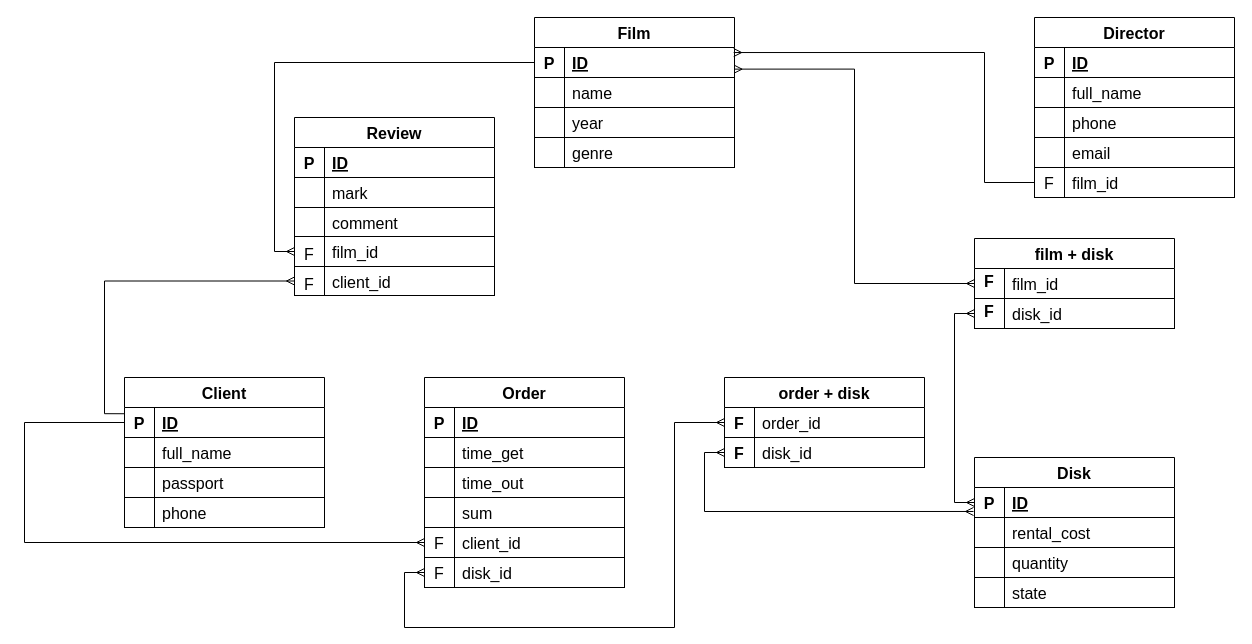
The draw.io diagram 6 term/БД/LB2/БД, ЛР2.drawio in khodosevich/BSUIR, before the edit. Source tidied: cells renumbered, new cells numbered last; positions are measured from the earlier drawing's top-left corner, leaving out a move shared by most shapes. Both pictures are drawn from the tidied source at 100%, with x=0, y=0 at pixel (24, 17).
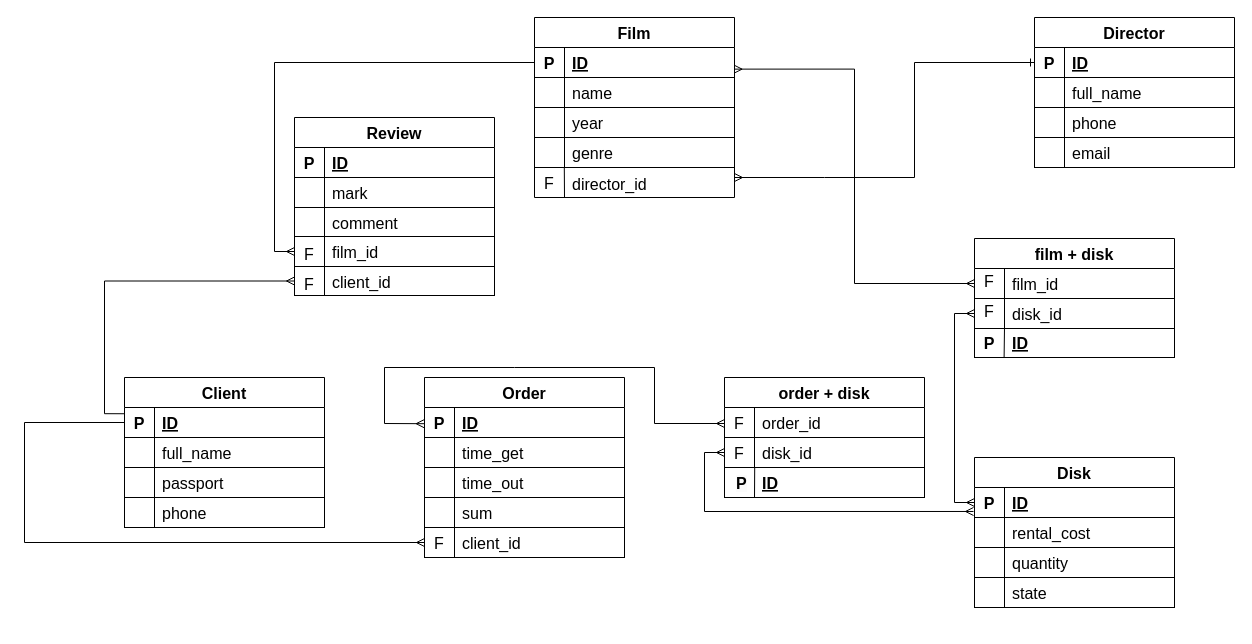
The same page after the edit.

The change refers to these unchanged cells:
```xml
<mxCell id="3" style="shape=tableRow;horizontal=0;startSize=0;swimlaneHead=0;swimlaneBody=0;fillColor=none;points=[[0,0.5],[1,0.5]];portConstraint=eastwest;top=0;left=0;right=0;bottom=1;fontSize=16;fontStyle=0;fontFamily=Helvetica;" parent="2" vertex="1">
  <mxGeometry y="30" width="200" height="30" as="geometry" />
</mxCell>
<mxCell id="12" style="shape=tableRow;horizontal=0;startSize=0;swimlaneHead=0;swimlaneBody=0;fillColor=none;points=[[0,0.5],[1,0.5]];portConstraint=eastwest;top=0;left=0;right=0;bottom=1;fontSize=16;fontStyle=0;fontFamily=Helvetica;" parent="2" vertex="1">
  <mxGeometry y="120" width="200" height="30" as="geometry" />
</mxCell>
<mxCell id="32" style="shape=tableRow;horizontal=0;startSize=0;swimlaneHead=0;swimlaneBody=0;fillColor=none;points=[[0,0.5],[1,0.5]];portConstraint=eastwest;top=0;left=0;right=0;bottom=1;fontSize=16;fontStyle=0;fontFamily=Helvetica;" parent="31" vertex="1">
  <mxGeometry y="30" width="200" height="30" as="geometry" />
</mxCell>
<mxCell id="106" style="shape=tableRow;horizontal=0;startSize=0;swimlaneHead=0;swimlaneBody=0;fillColor=none;points=[[0,0.5],[1,0.5]];portConstraint=eastwest;top=0;left=0;right=0;bottom=1;fontSize=16;fontStyle=0;fontFamily=Helvetica;" parent="105" vertex="1">
  <mxGeometry y="30" width="200" height="30" as="geometry" />
</mxCell>
<mxCell id="109" style="shape=tableRow;horizontal=0;startSize=0;swimlaneHead=0;swimlaneBody=0;fillColor=none;points=[[0,0.5],[1,0.5]];portConstraint=eastwest;top=0;left=0;right=0;bottom=1;fontSize=16;fontStyle=0;fontFamily=Helvetica;" parent="105" vertex="1">
  <mxGeometry y="60" width="200" height="30" as="geometry" />
</mxCell>
```

The edit, as a diff of the source:
```diff
@@
     <mxCell id="2" value="Film" style="shape=table;startSize=30;childLayout=tableLayout;rowLines=0;fontStyle=1;align=center;fontSize=16;fontFamily=Helvetica;" parent="1" vertex="1">
-      <mxGeometry x="510" width="200" height="150" as="geometry" />
+      <mxGeometry x="510" width="200" height="180" as="geometry" />
     </mxCell>
@@
     <mxCell id="31" value="Director" style="shape=table;startSize=30;childLayout=tableLayout;rowLines=0;fontStyle=1;align=center;fontSize=16;fontFamily=Helvetica;" parent="1" vertex="1">
-      <mxGeometry x="1010" width="200" height="180" as="geometry" />
+      <mxGeometry x="1010" width="200" height="150" as="geometry" />
     </mxCell>
@@
-    <mxCell id="44" style="shape=tableRow;horizontal=0;startSize=0;swimlaneHead=0;swimlaneBody=0;fillColor=none;top=0;left=0;right=0;bottom=1;fontSize=16;fontStyle=0;fontFamily=Helvetica;" parent="31" vertex="1">
-      <mxGeometry y="150" width="200" height="30" as="geometry" />
-    </mxCell>
-    <mxCell id="45" style="shape=partialRectangle;fillColor=none;top=0;left=0;bottom=0;right=0;fontStyle=1;overflow=hidden;fontSize=16;fontFamily=Helvetica;" parent="44" vertex="1">
-      <mxGeometry width="30" height="30" as="geometry" />
-    </mxCell>
-    <mxCell id="46" value="film_id" style="shape=partialRectangle;fillColor=none;top=0;left=0;bottom=0;right=0;align=left;spacingLeft=6;fontStyle=0;overflow=hidden;fontSize=16;fontFamily=Helvetica;" parent="44" vertex="1">
-      <mxGeometry x="30" width="170" height="30" as="geometry" />
-    </mxCell>
     <mxCell id="47" value="Order" style="shape=table;startSize=30;childLayout=tableLayout;rowLines=0;fontStyle=1;align=center;fontSize=16;fontFamily=Helvetica;" parent="1" vertex="1">
-      <mxGeometry x="400" y="360" width="200" height="210" as="geometry" />
+      <mxGeometry x="400" y="360" width="200" height="180" as="geometry" />
     </mxCell>
@@
-    <mxCell id="63" style="shape=tableRow;horizontal=0;startSize=0;swimlaneHead=0;swimlaneBody=0;fillColor=none;points=[[0,0.5],[1,0.5]];portConstraint=eastwest;top=0;left=0;right=0;bottom=1;fontSize=16;fontStyle=0;fontFamily=Helvetica;" parent="47" vertex="1">
-      <mxGeometry y="180" width="200" height="30" as="geometry" />
-    </mxCell>
-    <mxCell id="64" style="shape=partialRectangle;fillColor=none;top=0;left=0;bottom=0;right=0;fontStyle=1;overflow=hidden;fontSize=16;fontFamily=Helvetica;" parent="63" vertex="1">
-      <mxGeometry width="30" height="30" as="geometry" />
-    </mxCell>
-    <mxCell id="65" value="disk_id" style="shape=partialRectangle;fillColor=none;top=0;left=0;bottom=0;right=0;align=left;spacingLeft=6;fontStyle=0;overflow=hidden;fontSize=16;fontFamily=Helvetica;" parent="63" vertex="1">
-      <mxGeometry x="30" width="170" height="30" as="geometry" />
-    </mxCell>
@@
     <mxCell id="95" value="film + disk" style="shape=table;startSize=30;childLayout=tableLayout;rowLines=0;fontStyle=1;align=center;fontSize=16;fontFamily=Helvetica;" parent="1" vertex="1">
-      <mxGeometry x="950" y="221" width="200" height="90" as="geometry" />
+      <mxGeometry x="950" y="221" width="200" height="119" as="geometry" />
     </mxCell>
@@
-    <mxCell id="104" style="edgeStyle=orthogonalEdgeStyle;rounded=0;jettySize=auto;html=1;exitX=0.996;exitY=0.168;exitDx=0;exitDy=0;exitPerimeter=0;endArrow=none;endFill=0;startArrow=ERmany;startFill=0;" parent="1" edge="1" source="3">
-      <mxGeometry relative="1" as="geometry">
-        <mxPoint x="1010" y="165" as="targetPoint" />
-        <Array as="points">
-          <mxPoint x="960" y="35" />
-          <mxPoint x="960" y="165" />
-        </Array>
-      </mxGeometry>
-    </mxCell>
     <mxCell id="105" value="order + disk" style="shape=table;startSize=30;childLayout=tableLayout;rowLines=0;fontStyle=1;align=center;fontSize=16;fontFamily=Helvetica;" parent="1" vertex="1">
-      <mxGeometry x="700" y="360" width="200" height="90" as="geometry" />
+      <mxGeometry x="700" y="360" width="200" height="120" as="geometry" />
     </mxCell>
@@
-    <mxCell id="112" style="edgeStyle=orthogonalEdgeStyle;rounded=0;jettySize=auto;html=1;entryX=0;entryY=0.5;entryDx=0;entryDy=0;startArrow=ERmany;startFill=0;endArrow=ERmany;endFill=0;exitX=0;exitY=0.5;exitDx=0;exitDy=0;" parent="1" edge="1" source="63" target="106">
-      <mxGeometry relative="1" as="geometry">
-        <Array as="points">
-          <mxPoint x="380" y="555" />
-          <mxPoint x="380" y="610" />
-          <mxPoint x="650" y="610" />
-          <mxPoint x="650" y="405" />
-        </Array>
-      </mxGeometry>
-    </mxCell>
@@
-    <mxCell id="119" value="F" style="shape=partialRectangle;fillColor=none;top=0;left=0;bottom=0;right=0;fontStyle=0;overflow=hidden;fontSize=16;fontFamily=Helvetica;" parent="1" vertex="1">
-      <mxGeometry x="400" y="540" width="30" height="30" as="geometry" />
-    </mxCell>
@@
-    <mxCell id="121" value="F" style="shape=partialRectangle;fillColor=none;top=0;left=0;bottom=0;right=0;fontStyle=0;overflow=hidden;fontSize=16;fontFamily=Helvetica;" parent="1" vertex="1">
-      <mxGeometry x="1010" y="150" width="30" height="30" as="geometry" />
-    </mxCell>
-    <mxCell id="122" value="F" style="shape=partialRectangle;fillColor=none;top=0;left=0;bottom=0;right=0;fontStyle=1;overflow=hidden;fontSize=16;fontFamily=Helvetica;" parent="1" vertex="1">
+    <mxCell id="122" value="F" style="shape=partialRectangle;fillColor=none;top=0;left=0;bottom=0;right=0;fontStyle=0;overflow=hidden;fontSize=16;fontFamily=Helvetica;" parent="1" vertex="1">
       <mxGeometry x="700" y="390" width="30" height="30" as="geometry" />
     </mxCell>
-    <mxCell id="123" value="F" style="shape=partialRectangle;fillColor=none;top=0;left=0;bottom=0;right=0;fontStyle=1;overflow=hidden;fontSize=16;fontFamily=Helvetica;" parent="1" vertex="1">
+    <mxCell id="123" value="F" style="shape=partialRectangle;fillColor=none;top=0;left=0;bottom=0;right=0;fontStyle=0;overflow=hidden;fontSize=16;fontFamily=Helvetica;" parent="1" vertex="1">
       <mxGeometry x="700" y="420" width="30" height="30" as="geometry" />
     </mxCell>
-    <mxCell id="124" value="F" style="shape=partialRectangle;fillColor=none;top=0;left=0;bottom=0;right=0;fontStyle=1;overflow=hidden;fontSize=16;fontFamily=Helvetica;" parent="1" vertex="1">
+    <mxCell id="124" value="F" style="shape=partialRectangle;fillColor=none;top=0;left=0;bottom=0;right=0;fontStyle=0;overflow=hidden;fontSize=16;fontFamily=Helvetica;" parent="1" vertex="1">
       <mxGeometry x="950" y="248" width="30" height="30" as="geometry" />
     </mxCell>
-    <mxCell id="125" value="F" style="shape=partialRectangle;fillColor=none;top=0;left=0;bottom=0;right=0;fontStyle=1;overflow=hidden;fontSize=16;fontFamily=Helvetica;" parent="1" vertex="1">
+    <mxCell id="125" value="F" style="shape=partialRectangle;fillColor=none;top=0;left=0;bottom=0;right=0;fontStyle=0;overflow=hidden;fontSize=16;fontFamily=Helvetica;" parent="1" vertex="1">
       <mxGeometry x="950" y="278" width="30" height="30" as="geometry" />
     </mxCell>
+    <mxCell id="126" style="endArrow=none;html=1;rounded=0;entryX=0.149;entryY=0.985;entryDx=0;entryDy=0;entryPerimeter=0;" parent="1" edge="1" target="12">
+      <mxGeometry relative="1" as="geometry">
+        <mxPoint x="540" y="180" as="sourcePoint" />
+      </mxGeometry>
+    </mxCell>
+    <mxCell id="127" style="endArrow=ERone;html=1;rounded=0;startArrow=ERmany;startFill=0;entryX=0;entryY=0.5;entryDx=0;entryDy=0;endFill=0;" parent="1" edge="1" target="32">
+      <mxGeometry relative="1" as="geometry">
+        <mxPoint x="710" y="160" as="sourcePoint" />
+        <Array as="points">
+          <mxPoint x="800" y="160" />
+          <mxPoint x="890" y="160" />
+          <mxPoint x="890" y="45" />
+        </Array>
+      </mxGeometry>
+    </mxCell>
+    <mxCell id="128" style="endArrow=none;html=1;rounded=0;entryX=0.151;entryY=1.011;entryDx=0;entryDy=0;entryPerimeter=0;" parent="1" edge="1" target="109">
+      <mxGeometry relative="1" as="geometry">
+        <mxPoint x="730" y="480" as="sourcePoint" />
+      </mxGeometry>
+    </mxCell>
+    <mxCell id="129" value="&lt;span style=&quot;color: rgb(0, 0, 0); font-family: Helvetica; font-size: 16px; font-style: normal; font-variant-ligatures: normal; font-variant-caps: normal; font-weight: 700; letter-spacing: normal; orphans: 2; text-align: center; text-indent: 0px; text-transform: none; widows: 2; word-spacing: 0px; -webkit-text-stroke-width: 0px; background-color: rgb(251, 251, 251); text-decoration-thickness: initial; text-decoration-style: initial; text-decoration-color: initial; float: none; display: inline !important;&quot;&gt;P&lt;/span&gt;" style="text;whiteSpace=wrap;html=1;" parent="1" vertex="1">
+      <mxGeometry x="710" y="450" width="20" height="30" as="geometry" />
+    </mxCell>
+    <mxCell id="130" style="shape=tableRow;horizontal=0;startSize=0;swimlaneHead=0;swimlaneBody=0;fillColor=none;top=0;left=0;right=0;bottom=1;fontSize=16;fontStyle=0;fontFamily=Helvetica;" parent="1" vertex="1">
+      <mxGeometry x="700" y="450" width="200" height="30" as="geometry" />
+    </mxCell>
+    <mxCell id="131" value="ID" style="shape=partialRectangle;fillColor=none;top=0;left=0;bottom=0;right=0;align=left;spacingLeft=6;fontStyle=5;overflow=hidden;fontSize=16;fontFamily=Helvetica;" parent="130" vertex="1">
+      <mxGeometry x="30" width="170" height="30" as="geometry" />
+    </mxCell>
+    <mxCell id="132" style="shape=tableRow;horizontal=0;startSize=0;swimlaneHead=0;swimlaneBody=0;fillColor=none;points=[[0,0.5],[1,0.5]];portConstraint=eastwest;top=0;left=0;right=0;bottom=1;fontSize=16;fontStyle=0;fontFamily=Helvetica;" parent="1" vertex="1">
+      <mxGeometry x="950" y="310" width="200" height="30" as="geometry" />
+    </mxCell>
+    <mxCell id="133" value="P" style="shape=partialRectangle;fillColor=none;top=0;left=0;bottom=0;right=0;fontStyle=1;overflow=hidden;fontSize=16;fontFamily=Helvetica;" parent="132" vertex="1">
+      <mxGeometry width="30" height="30" as="geometry" />
+    </mxCell>
+    <mxCell id="134" value="ID" style="shape=partialRectangle;fillColor=none;top=0;left=0;bottom=0;right=0;align=left;spacingLeft=6;fontStyle=5;overflow=hidden;fontSize=16;fontFamily=Helvetica;" parent="132" vertex="1">
+      <mxGeometry x="30" width="170" height="30" as="geometry" />
+    </mxCell>
+    <mxCell id="135" style="endArrow=none;html=1;rounded=0;entryX=0.15;entryY=-0.012;entryDx=0;entryDy=0;entryPerimeter=0;exitX=0.148;exitY=1.018;exitDx=0;exitDy=0;exitPerimeter=0;" parent="1" edge="1" source="132" target="132">
+      <mxGeometry relative="1" as="geometry" />
+    </mxCell>
+    <mxCell id="136" value="director_id" style="shape=partialRectangle;fillColor=none;top=0;left=0;bottom=0;right=0;align=left;spacingLeft=6;fontStyle=0;overflow=hidden;fontSize=16;fontFamily=Helvetica;" parent="1" vertex="1">
+      <mxGeometry x="540" y="151" width="170" height="29" as="geometry" />
+    </mxCell>
+    <mxCell id="137" value="F" style="shape=partialRectangle;fillColor=none;top=0;left=0;bottom=0;right=0;fontStyle=0;overflow=hidden;fontSize=16;fontFamily=Helvetica;" parent="1" vertex="1">
+      <mxGeometry x="510" y="150" width="30" height="30" as="geometry" />
+    </mxCell>
+    <mxCell id="138" style="endArrow=ERmany;html=1;rounded=0;exitX=-0.002;exitY=0.077;exitDx=0;exitDy=0;exitPerimeter=0;startArrow=ERmany;startFill=0;endFill=0;" parent="1" edge="1">
+      <mxGeometry relative="1" as="geometry">
+        <mxPoint x="399.6" y="406.2" as="sourcePoint" />
+        <mxPoint x="700" y="406" as="targetPoint" />
+        <Array as="points">
+          <mxPoint x="360" y="406" />
+          <mxPoint x="360" y="350" />
+          <mxPoint x="490" y="350" />
+          <mxPoint x="630" y="350" />
+          <mxPoint x="630" y="406" />
+        </Array>
+      </mxGeometry>
+    </mxCell>
```
